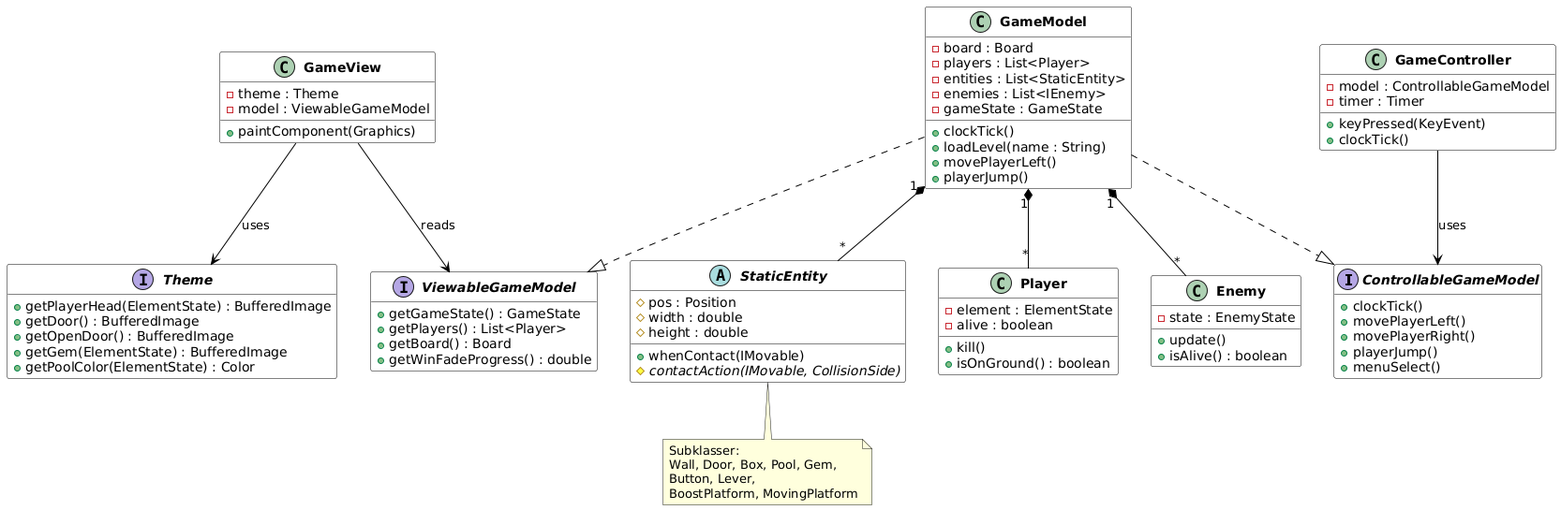
bragenybakk/Fireboy-Watergirl keeps this PlantUML diagram as doc/klassediagram-mvc.png. Above is the earlier version.
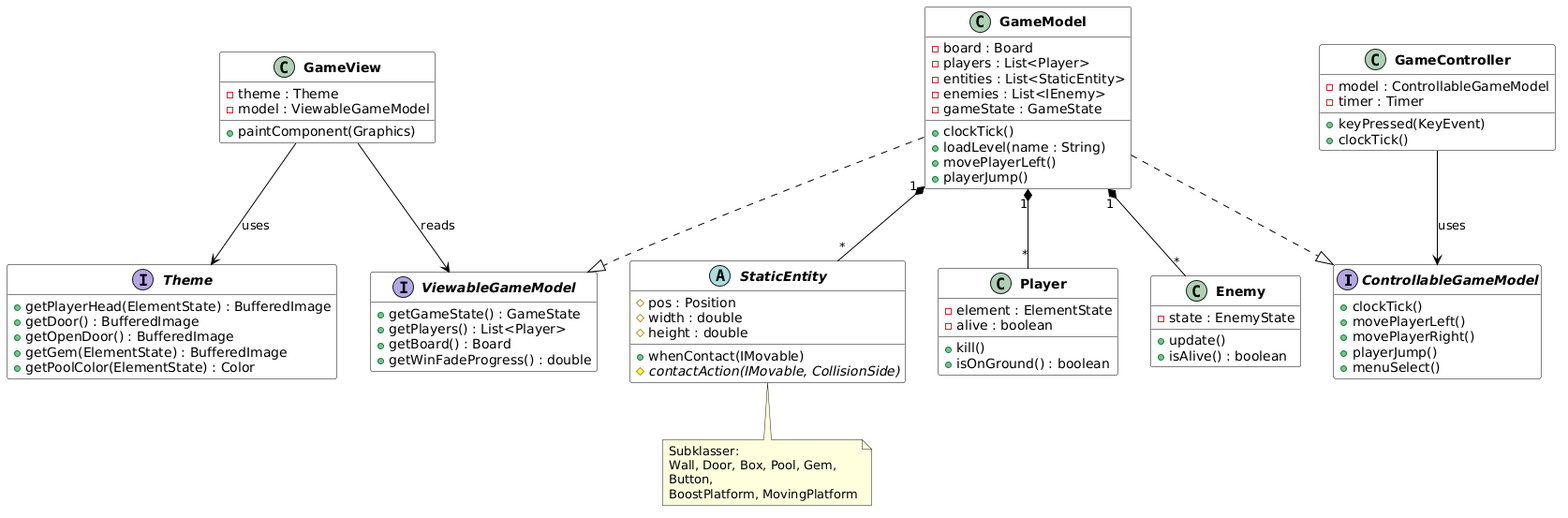
Later version of the same file.

Diff of the diagram source:
```diff
@@ -89,8 +89,7 @@
 note bottom of StaticEntity
   Subklasser:
   Wall, Door, Box, Pool, Gem,
-  Button, Lever,
+  Button,
   BoostPlatform, MovingPlatform
 end note
-
 @enduml
```
